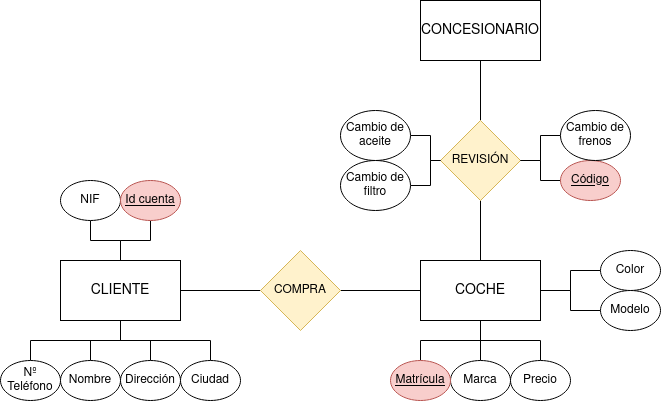
This is Unidad-2/Tareas/Tarea-6/images/Diagrama-Tarea-6.png from IsaiasTolP/Base-Datos, a draw.io export, as it was before one commit. Source tidied: cells renumbered, new cells last; positions are measured from the earlier drawing's top-left corner, leaving out a move shared by most shapes. The source it was exported from:
```xml
<mxGraphModel>
  <root>
    <mxCell id="0" />
    <mxCell id="1" parent="0" />
    <mxCell id="2" value="COCHE" style="rounded=0;whiteSpace=wrap;html=1;fontSize=14;" parent="1" vertex="1">
      <mxGeometry x="420" y="260" width="120" height="60" as="geometry" />
    </mxCell>
    <mxCell id="3" style="edgeStyle=orthogonalEdgeStyle;rounded=0;jettySize=auto;html=1;endArrow=none;endFill=0;" parent="1" edge="1" source="4" target="2">
      <mxGeometry relative="1" as="geometry" />
    </mxCell>
    <mxCell id="4" value="Modelo" style="ellipse;whiteSpace=wrap;html=1;" parent="1" vertex="1">
      <mxGeometry x="600" y="290" width="60" height="40" as="geometry" />
    </mxCell>
    <mxCell id="5" style="edgeStyle=orthogonalEdgeStyle;rounded=0;jettySize=auto;html=1;endArrow=none;endFill=0;" parent="1" edge="1" source="6" target="2">
      <mxGeometry relative="1" as="geometry" />
    </mxCell>
    <mxCell id="6" value="Marca" style="ellipse;whiteSpace=wrap;html=1;" parent="1" vertex="1">
      <mxGeometry x="450" y="360" width="60" height="40" as="geometry" />
    </mxCell>
    <mxCell id="7" style="edgeStyle=orthogonalEdgeStyle;rounded=0;jettySize=auto;html=1;endArrow=none;endFill=0;" parent="1" edge="1" source="8" target="2">
      <mxGeometry relative="1" as="geometry" />
    </mxCell>
    <mxCell id="8" value="Precio" style="ellipse;whiteSpace=wrap;html=1;" parent="1" vertex="1">
      <mxGeometry x="510" y="360" width="60" height="40" as="geometry" />
    </mxCell>
    <mxCell id="9" style="edgeStyle=orthogonalEdgeStyle;rounded=0;jettySize=auto;html=1;endArrow=none;endFill=0;" parent="1" edge="1" source="10" target="2">
      <mxGeometry relative="1" as="geometry" />
    </mxCell>
    <mxCell id="10" value="Matrícula" style="ellipse;whiteSpace=wrap;html=1;fillColor=#f8cecc;strokeColor=#b85450;fontStyle=4;" parent="1" vertex="1">
      <mxGeometry x="390" y="360" width="60" height="40" as="geometry" />
    </mxCell>
    <mxCell id="11" style="edgeStyle=orthogonalEdgeStyle;rounded=0;jettySize=auto;html=1;endArrow=none;endFill=0;" parent="1" edge="1" source="12" target="2">
      <mxGeometry relative="1" as="geometry" />
    </mxCell>
    <mxCell id="12" value="Color" style="ellipse;whiteSpace=wrap;html=1;" parent="1" vertex="1">
      <mxGeometry x="600" y="250" width="60" height="40" as="geometry" />
    </mxCell>
    <mxCell id="13" value="CLIENTE" style="rounded=0;whiteSpace=wrap;html=1;fontSize=14;" parent="1" vertex="1">
      <mxGeometry x="60" y="260" width="120" height="60" as="geometry" />
    </mxCell>
    <mxCell id="14" style="edgeStyle=orthogonalEdgeStyle;rounded=0;jettySize=auto;html=1;endArrow=none;endFill=0;" parent="1" edge="1" source="15" target="13">
      <mxGeometry relative="1" as="geometry" />
    </mxCell>
    <mxCell id="15" value="NIF" style="ellipse;whiteSpace=wrap;html=1;fontStyle=0;" parent="1" vertex="1">
      <mxGeometry x="60" y="180" width="60" height="40" as="geometry" />
    </mxCell>
    <mxCell id="16" style="edgeStyle=orthogonalEdgeStyle;rounded=0;jettySize=auto;html=1;endArrow=none;endFill=0;" parent="1" edge="1" source="17" target="13">
      <mxGeometry relative="1" as="geometry" />
    </mxCell>
    <mxCell id="17" value="Nombre" style="ellipse;whiteSpace=wrap;html=1;" parent="1" vertex="1">
      <mxGeometry x="60" y="360" width="60" height="40" as="geometry" />
    </mxCell>
    <mxCell id="18" style="edgeStyle=orthogonalEdgeStyle;rounded=0;jettySize=auto;html=1;endArrow=none;endFill=0;" parent="1" edge="1" source="19" target="13">
      <mxGeometry relative="1" as="geometry" />
    </mxCell>
    <mxCell id="19" value="Dirección" style="ellipse;whiteSpace=wrap;html=1;" parent="1" vertex="1">
      <mxGeometry x="120" y="360" width="60" height="40" as="geometry" />
    </mxCell>
    <mxCell id="20" style="edgeStyle=orthogonalEdgeStyle;rounded=0;jettySize=auto;html=1;endArrow=none;endFill=0;" parent="1" edge="1" source="21" target="13">
      <mxGeometry relative="1" as="geometry" />
    </mxCell>
    <mxCell id="21" value="Ciudad" style="ellipse;whiteSpace=wrap;html=1;" parent="1" vertex="1">
      <mxGeometry x="180" y="360" width="60" height="40" as="geometry" />
    </mxCell>
    <mxCell id="22" style="edgeStyle=orthogonalEdgeStyle;rounded=0;jettySize=auto;html=1;endArrow=none;endFill=0;" parent="1" edge="1" source="23" target="13">
      <mxGeometry relative="1" as="geometry" />
    </mxCell>
    <mxCell id="23" value="Nº Teléfono" style="ellipse;whiteSpace=wrap;html=1;" parent="1" vertex="1">
      <mxGeometry y="360" width="60" height="40" as="geometry" />
    </mxCell>
    <mxCell id="24" style="edgeStyle=orthogonalEdgeStyle;rounded=0;jettySize=auto;html=1;endArrow=none;endFill=0;" parent="1" edge="1" source="25" target="13">
      <mxGeometry relative="1" as="geometry" />
    </mxCell>
    <mxCell id="25" value="Id cuenta" style="ellipse;whiteSpace=wrap;html=1;fillColor=#f8cecc;strokeColor=#b85450;fontStyle=4;" parent="1" vertex="1">
      <mxGeometry x="120" y="180" width="60" height="40" as="geometry" />
    </mxCell>
    <mxCell id="26" value="CONCESIONARIO" style="rounded=0;whiteSpace=wrap;html=1;fontSize=14;" parent="1" vertex="1">
      <mxGeometry x="420" width="120" height="60" as="geometry" />
    </mxCell>
    <mxCell id="27" style="edgeStyle=orthogonalEdgeStyle;rounded=0;jettySize=auto;html=1;endArrow=none;endFill=0;" parent="1" edge="1" source="29" target="2">
      <mxGeometry relative="1" as="geometry" />
    </mxCell>
    <mxCell id="28" style="edgeStyle=orthogonalEdgeStyle;rounded=0;jettySize=auto;html=1;endArrow=none;endFill=0;" parent="1" edge="1" source="29" target="13">
      <mxGeometry relative="1" as="geometry" />
    </mxCell>
    <mxCell id="29" value="COMPRA" style="rhombus;whiteSpace=wrap;html=1;fillColor=#fff2cc;strokeColor=#d6b656;" parent="1" vertex="1">
      <mxGeometry x="260" y="250" width="80" height="80" as="geometry" />
    </mxCell>
    <mxCell id="30" style="edgeStyle=orthogonalEdgeStyle;rounded=0;jettySize=auto;html=1;endArrow=none;endFill=0;" parent="1" edge="1" source="32" target="26">
      <mxGeometry relative="1" as="geometry" />
    </mxCell>
    <mxCell id="31" style="edgeStyle=orthogonalEdgeStyle;rounded=0;jettySize=auto;html=1;endArrow=none;endFill=0;" parent="1" edge="1" source="32" target="2">
      <mxGeometry relative="1" as="geometry" />
    </mxCell>
    <mxCell id="32" value="REVISIÓN" style="rhombus;whiteSpace=wrap;html=1;fillColor=#fff2cc;strokeColor=#d6b656;" parent="1" vertex="1">
      <mxGeometry x="440" y="120" width="80" height="80" as="geometry" />
    </mxCell>
    <mxCell id="33" style="edgeStyle=orthogonalEdgeStyle;rounded=0;jettySize=auto;html=1;endArrow=none;endFill=0;" parent="1" edge="1" source="34" target="32">
      <mxGeometry relative="1" as="geometry" />
    </mxCell>
    <mxCell id="34" value="Código" style="ellipse;whiteSpace=wrap;html=1;fillColor=#f8cecc;strokeColor=#b85450;fontStyle=4;" parent="1" vertex="1">
      <mxGeometry x="560" y="160" width="60" height="40" as="geometry" />
    </mxCell>
    <mxCell id="35" style="edgeStyle=orthogonalEdgeStyle;rounded=0;jettySize=auto;html=1;endArrow=none;endFill=0;" parent="1" edge="1" source="36" target="32">
      <mxGeometry relative="1" as="geometry" />
    </mxCell>
    <mxCell id="36" value="Cambio de aceite" style="ellipse;whiteSpace=wrap;html=1;" parent="1" vertex="1">
      <mxGeometry x="340" y="110" width="70" height="50" as="geometry" />
    </mxCell>
    <mxCell id="37" style="edgeStyle=orthogonalEdgeStyle;rounded=0;jettySize=auto;html=1;endArrow=none;endFill=0;" parent="1" edge="1" source="38" target="32">
      <mxGeometry relative="1" as="geometry" />
    </mxCell>
    <mxCell id="38" value="Cambio de filtro" style="ellipse;whiteSpace=wrap;html=1;" parent="1" vertex="1">
      <mxGeometry x="340" y="160" width="70" height="50" as="geometry" />
    </mxCell>
    <mxCell id="39" style="edgeStyle=orthogonalEdgeStyle;rounded=0;jettySize=auto;html=1;endArrow=none;endFill=0;" parent="1" edge="1" source="40" target="32">
      <mxGeometry relative="1" as="geometry" />
    </mxCell>
    <mxCell id="40" value="Cambio de frenos" style="ellipse;whiteSpace=wrap;html=1;" parent="1" vertex="1">
      <mxGeometry x="560" y="110" width="70" height="50" as="geometry" />
    </mxCell>
  </root>
</mxGraphModel>
```
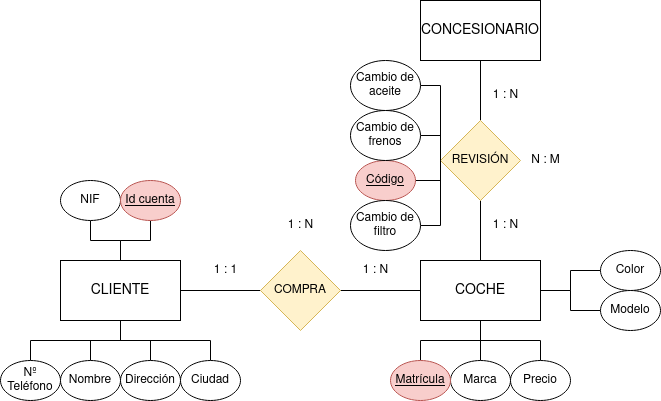
After the change.

What changed in the source:
```diff
@@ -95,29 +95,59 @@
     <mxCell id="32" value="REVISIÓN" style="rhombus;whiteSpace=wrap;html=1;fillColor=#fff2cc;strokeColor=#d6b656;" parent="1" vertex="1">
       <mxGeometry x="440" y="120" width="80" height="80" as="geometry" />
     </mxCell>
-    <mxCell id="33" style="edgeStyle=orthogonalEdgeStyle;rounded=0;jettySize=auto;html=1;endArrow=none;endFill=0;" parent="1" edge="1" source="34" target="32">
-      <mxGeometry relative="1" as="geometry" />
+    <mxCell id="33" style="edgeStyle=orthogonalEdgeStyle;rounded=0;jettySize=auto;html=1;entryX=0;entryY=0.5;entryDx=0;entryDy=0;endArrow=none;endFill=0;" parent="1" edge="1" source="34" target="32">
+      <mxGeometry relative="1" as="geometry">
+        <Array as="points">
+          <mxPoint x="440" y="180" />
+        </Array>
+      </mxGeometry>
     </mxCell>
     <mxCell id="34" value="Código" style="ellipse;whiteSpace=wrap;html=1;fillColor=#f8cecc;strokeColor=#b85450;fontStyle=4;" parent="1" vertex="1">
-      <mxGeometry x="560" y="160" width="60" height="40" as="geometry" />
+      <mxGeometry x="355" y="160" width="60" height="40" as="geometry" />
     </mxCell>
-    <mxCell id="35" style="edgeStyle=orthogonalEdgeStyle;rounded=0;jettySize=auto;html=1;endArrow=none;endFill=0;" parent="1" edge="1" source="36" target="32">
-      <mxGeometry relative="1" as="geometry" />
+    <mxCell id="35" style="edgeStyle=orthogonalEdgeStyle;rounded=0;jettySize=auto;html=1;entryX=0;entryY=0.5;entryDx=0;entryDy=0;endArrow=none;endFill=0;" parent="1" edge="1" source="36" target="32">
+      <mxGeometry relative="1" as="geometry">
+        <Array as="points">
+          <mxPoint x="440" y="85" />
+        </Array>
+      </mxGeometry>
     </mxCell>
     <mxCell id="36" value="Cambio de aceite" style="ellipse;whiteSpace=wrap;html=1;" parent="1" vertex="1">
-      <mxGeometry x="340" y="110" width="70" height="50" as="geometry" />
+      <mxGeometry x="350" y="60" width="70" height="50" as="geometry" />
     </mxCell>
-    <mxCell id="37" style="edgeStyle=orthogonalEdgeStyle;rounded=0;jettySize=auto;html=1;endArrow=none;endFill=0;" parent="1" edge="1" source="38" target="32">
-      <mxGeometry relative="1" as="geometry" />
+    <mxCell id="37" style="edgeStyle=orthogonalEdgeStyle;rounded=0;jettySize=auto;html=1;entryX=0;entryY=0.5;entryDx=0;entryDy=0;endArrow=none;endFill=0;" parent="1" edge="1" source="38" target="32">
+      <mxGeometry relative="1" as="geometry">
+        <Array as="points">
+          <mxPoint x="440" y="225" />
+        </Array>
+      </mxGeometry>
     </mxCell>
     <mxCell id="38" value="Cambio de filtro" style="ellipse;whiteSpace=wrap;html=1;" parent="1" vertex="1">
-      <mxGeometry x="340" y="160" width="70" height="50" as="geometry" />
+      <mxGeometry x="350" y="200" width="70" height="50" as="geometry" />
     </mxCell>
-    <mxCell id="39" style="edgeStyle=orthogonalEdgeStyle;rounded=0;jettySize=auto;html=1;endArrow=none;endFill=0;" parent="1" edge="1" source="40" target="32">
+    <mxCell id="39" style="edgeStyle=orthogonalEdgeStyle;rounded=0;jettySize=auto;html=1;entryX=0;entryY=0.5;entryDx=0;entryDy=0;endArrow=none;endFill=0;" parent="1" edge="1" source="40" target="32">
       <mxGeometry relative="1" as="geometry" />
     </mxCell>
     <mxCell id="40" value="Cambio de frenos" style="ellipse;whiteSpace=wrap;html=1;" parent="1" vertex="1">
-      <mxGeometry x="560" y="110" width="70" height="50" as="geometry" />
+      <mxGeometry x="350" y="110" width="70" height="50" as="geometry" />
     </mxCell>
+    <mxCell id="41" value="1 : N" style="text;html=1;align=center;verticalAlign=middle;strokeColor=none;fillColor=none;" parent="1" vertex="1">
+      <mxGeometry x="350" y="255" width="50" height="30" as="geometry" />
+    </mxCell>
+    <mxCell id="42" value="1 : 1" style="text;html=1;align=center;verticalAlign=middle;strokeColor=none;fillColor=none;" parent="1" vertex="1">
+      <mxGeometry x="200" y="255" width="50" height="30" as="geometry" />
+    </mxCell>
+    <mxCell id="43" value="1 : N" style="text;html=1;align=center;verticalAlign=middle;strokeColor=none;fillColor=none;" parent="1" vertex="1">
+      <mxGeometry x="275" y="210" width="50" height="30" as="geometry" />
+    </mxCell>
+    <mxCell id="44" value="1 : N" style="text;html=1;align=center;verticalAlign=middle;strokeColor=none;fillColor=none;" parent="1" vertex="1">
+      <mxGeometry x="480" y="80" width="50" height="30" as="geometry" />
+    </mxCell>
+    <mxCell id="45" value="1 : N" style="text;html=1;align=center;verticalAlign=middle;strokeColor=none;fillColor=none;" parent="1" vertex="1">
+      <mxGeometry x="480" y="210" width="50" height="30" as="geometry" />
+    </mxCell>
+    <mxCell id="46" value="N : M" style="text;html=1;align=center;verticalAlign=middle;strokeColor=none;fillColor=none;" parent="1" vertex="1">
+      <mxGeometry x="520" y="145" width="50" height="30" as="geometry" />
+    </mxCell>
   </root>
 </mxGraphModel>
```
